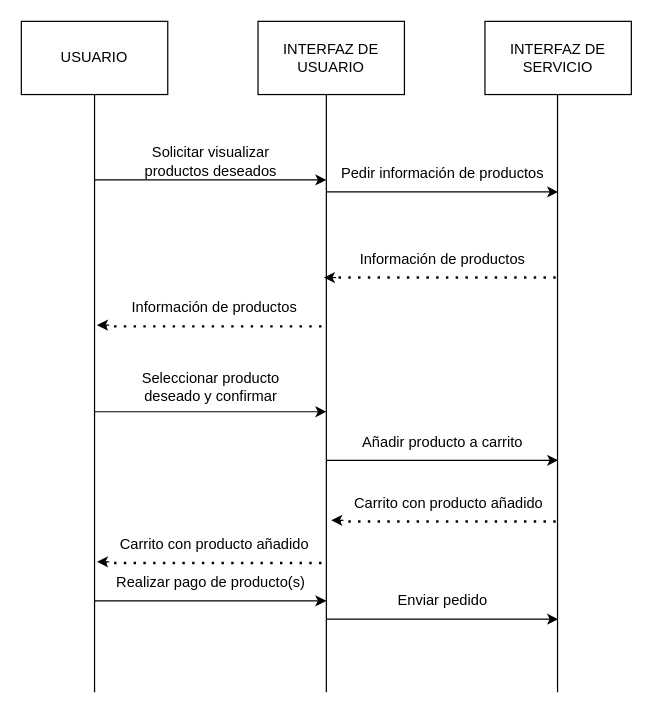
The draw.io diagram page "Página-10" (10 of 12) of diagrams/secuencia/DS-002.drawio in ClaudiaOviedoGovantes/ComercialPostigo, before the edit. Source tidied: cells renumbered, new cells numbered last; positions are measured from the earlier drawing's top-left corner, leaving out a move shared by most shapes. Both pictures are drawn from the tidied source at 122%, with x=0, y=0 at pixel (21, 21).
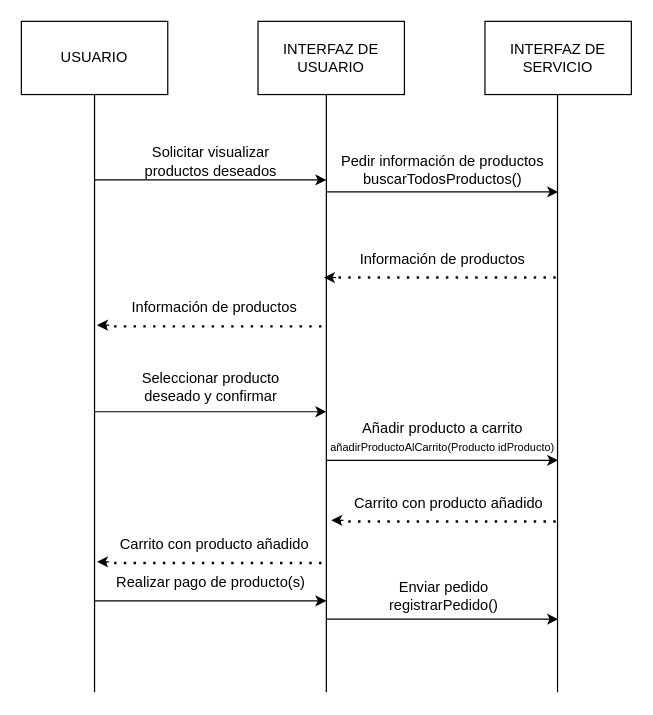
After the change.

The edit, as a diff of the source:
```diff
@@
-    <mxCell id="11" value="Pedir información de productos" style="text;html=1;align=center;verticalAlign=middle;strokeColor=none;fillColor=none;" parent="1" vertex="1">
-      <mxGeometry x="250" y="110" width="190" height="30" as="geometry" />
+    <mxCell id="11" value="Pedir información de productos&lt;div&gt;buscarTodosProductos()&lt;/div&gt;" style="text;html=1;align=center;verticalAlign=middle;strokeColor=none;fillColor=none;" parent="1" vertex="1">
+      <mxGeometry x="253" y="101" width="184" height="41" as="geometry" />
     </mxCell>
@@
-    <mxCell id="21" value="Añadir producto a carrito" style="text;html=1;align=center;verticalAlign=middle;strokeColor=none;fillColor=none;" parent="1" vertex="1">
-      <mxGeometry x="270" y="330" width="150" height="30" as="geometry" />
+    <mxCell id="21" value="Añadir producto a carrito&lt;div&gt;&lt;font style=&quot;font-size: 9px;&quot;&gt;añadirProductoAlCarrito(Producto idProducto)&lt;/font&gt;&lt;/div&gt;" style="text;html=1;align=center;verticalAlign=middle;strokeColor=none;fillColor=none;" parent="1" vertex="1">
+      <mxGeometry x="244" y="320" width="202" height="41" as="geometry" />
     </mxCell>
@@
-    <mxCell id="31" value="Enviar pedido" style="text;html=1;align=center;verticalAlign=middle;strokeColor=none;fillColor=none;" parent="1" vertex="1">
-      <mxGeometry x="295" y="460" width="100" height="30" as="geometry" />
+    <mxCell id="31" value="Enviar pedido&lt;div&gt;registrarPedido()&lt;/div&gt;" style="text;html=1;align=center;verticalAlign=middle;strokeColor=none;fillColor=none;" parent="1" vertex="1">
+      <mxGeometry x="292" y="450" width="107" height="41" as="geometry" />
     </mxCell>
```
